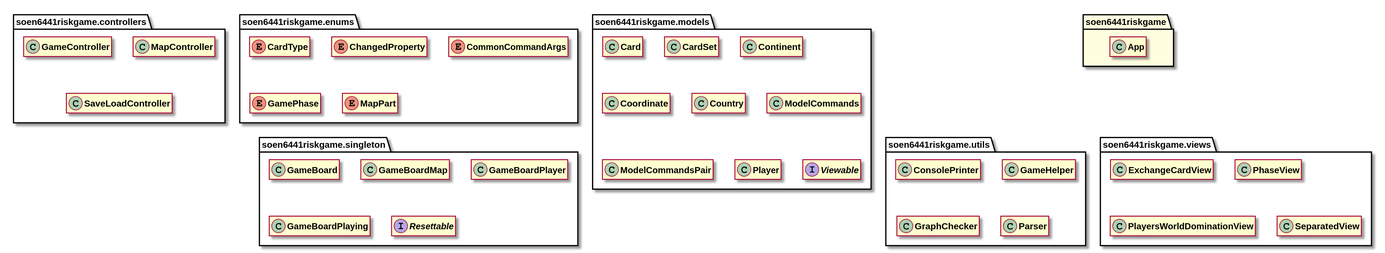
Above: docs/javadocs/soen6441riskgame/package-summary.svg in huntertran/soen6441-riskgame (PlantUML), before the change.
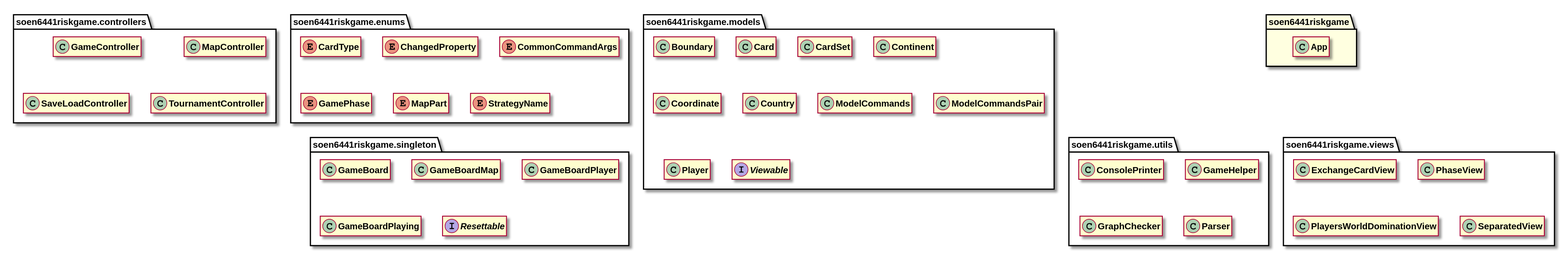
The same diagram one commit later.

What changed in the source:
```diff
@@ -32,6 +32,12 @@
 hide soen6441riskgame.controllers.SaveLoadController fields
 hide soen6441riskgame.controllers.SaveLoadController methods
 
+class "<b><size:14>TournamentController</b>" as soen6441riskgame.controllers.TournamentController  [[../soen6441riskgame/controllers/TournamentController.html{soen6441riskgame.controllers.TournamentController}]] {
+}
+
+hide soen6441riskgame.controllers.TournamentController fields
+hide soen6441riskgame.controllers.TournamentController methods
+
 package soen6441riskgame.enums [[../soen6441riskgame/enums/package-summary.html{soen6441riskgame.enums}]] {
 }
 
@@ -65,8 +71,20 @@
 hide soen6441riskgame.enums.MapPart fields
 hide soen6441riskgame.enums.MapPart methods
 
+enum "<b><size:14>StrategyName</b>" as soen6441riskgame.enums.StrategyName  [[../soen6441riskgame/enums/StrategyName.html{soen6441riskgame.enums.StrategyName}]] {
+}
+
+hide soen6441riskgame.enums.StrategyName fields
+hide soen6441riskgame.enums.StrategyName methods
+
 package soen6441riskgame.models [[../soen6441riskgame/models/package-summary.html{soen6441riskgame.models}]] {
 }
+
+class "<b><size:14>Boundary</b>" as soen6441riskgame.models.Boundary  [[../soen6441riskgame/models/Boundary.html{soen6441riskgame.models.Boundary}]] {
+}
+
+hide soen6441riskgame.models.Boundary fields
+hide soen6441riskgame.models.Boundary methods
 
 class "<b><size:14>Card</b>" as soen6441riskgame.models.Card  [[../soen6441riskgame/models/Card.html{soen6441riskgame.models.Card}]] {
 }
```
